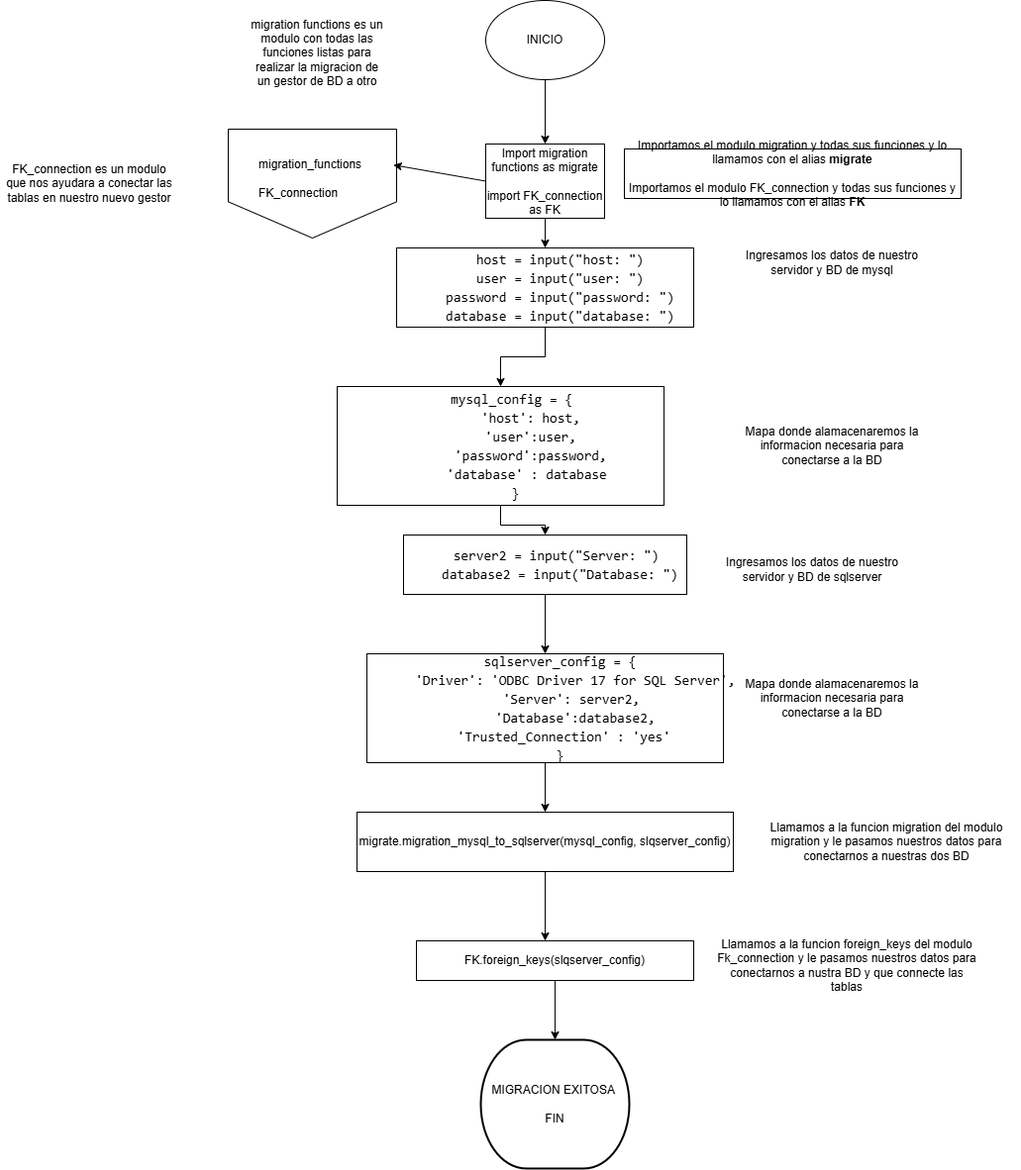
AlfredoZC/Coffee-shop keeps this draw.io diagram as Documentación/Diagramas/MIGRATION/Main.drawio.png. Above is the earlier version. Source tidied: cells renumbered, new cells last; positions are measured from the earlier drawing's top-left corner, leaving out a move shared by most shapes.
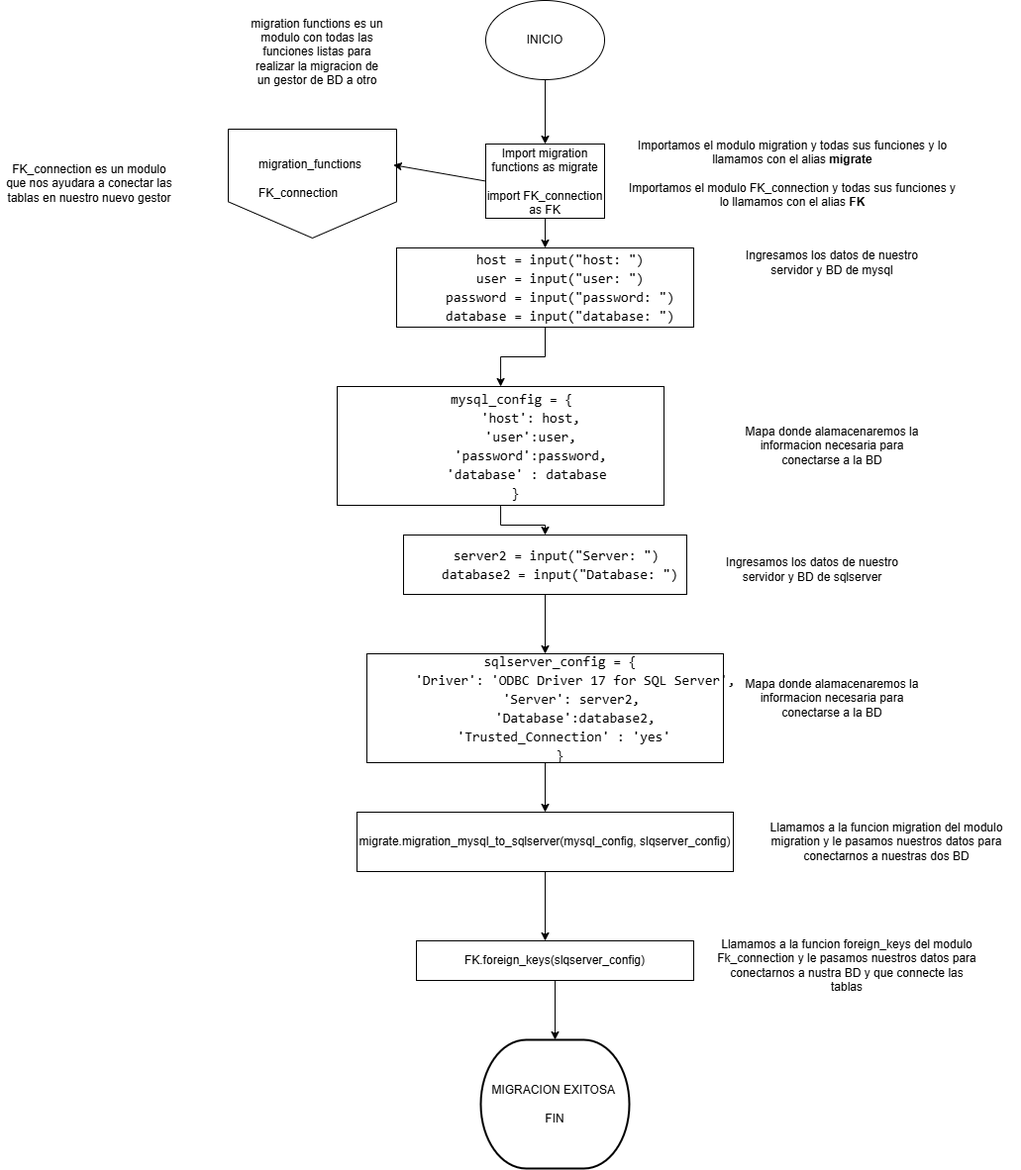
After the commit.

What changed in the source:
```diff
@@ -65,7 +65,7 @@
     <mxCell id="22" value="Mapa donde alamacenaremos la informacion necesaria para conectarse a la BD" style="text;html=1;align=center;verticalAlign=middle;whiteSpace=wrap;rounded=0;" parent="1" vertex="1">
       <mxGeometry x="750" y="690" width="180" height="30" as="geometry" />
     </mxCell>
-    <mxCell id="23" value="Importamos el modulo migration y todas sus funciones y lo llamamos con el alias &lt;b&gt;migrate&lt;/b&gt;&lt;div&gt;&lt;b&gt;&lt;br&gt;&lt;/b&gt;&lt;/div&gt;&lt;div&gt;Importamos el modulo FK_connection y todas sus funciones y lo llamamos con el alias&amp;nbsp;&lt;b&gt;FK&lt;/b&gt;&lt;b&gt;&lt;/b&gt;&lt;/div&gt;" style="text;html=1;align=center;verticalAlign=middle;whiteSpace=wrap;rounded=0;strokeColor=default;" parent="1" vertex="1">
+    <mxCell id="23" value="Importamos el modulo migration y todas sus funciones y lo llamamos con el alias &lt;b&gt;migrate&lt;/b&gt;&lt;div&gt;&lt;b&gt;&lt;br&gt;&lt;/b&gt;&lt;/div&gt;&lt;div&gt;Importamos el modulo FK_connection y todas sus funciones y lo llamamos con el alias&amp;nbsp;&lt;b&gt;FK&lt;/b&gt;&lt;b&gt;&lt;/b&gt;&lt;/div&gt;" style="text;html=1;align=center;verticalAlign=middle;whiteSpace=wrap;rounded=0;strokeColor=#FFFFFF;" parent="1" vertex="1">
       <mxGeometry x="630" y="150" width="340" height="50" as="geometry" />
     </mxCell>
     <mxCell id="24" value="migrate.migration_mysql_to_sqlserver(mysql_config, slqserver_config)" style="rounded=0;whiteSpace=wrap;html=1;" parent="1" vertex="1">
```
